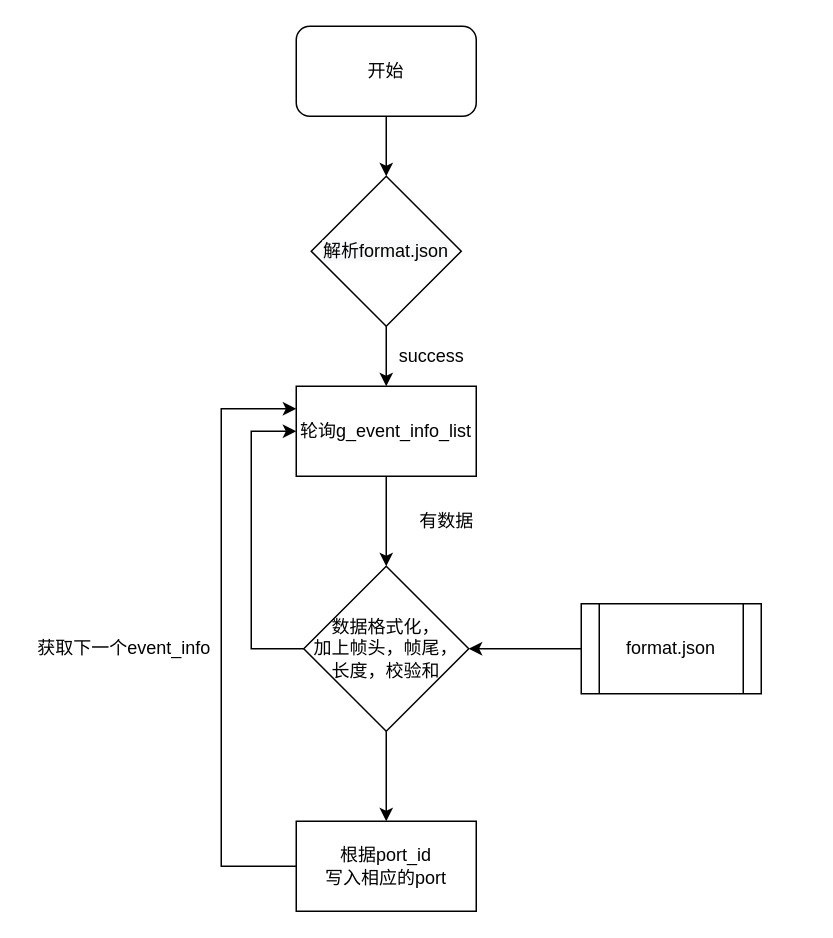
The draw.io diagram iservice2.0-下行逻辑.drawio in zhangmeizhen/test2, before the edit. Source tidied: cells renumbered, new cells numbered last; positions are measured from the earlier drawing's top-left corner, leaving out a move shared by most shapes. Both pictures are drawn from the tidied source at 150%, with x=0, y=0 at pixel (26, 26).
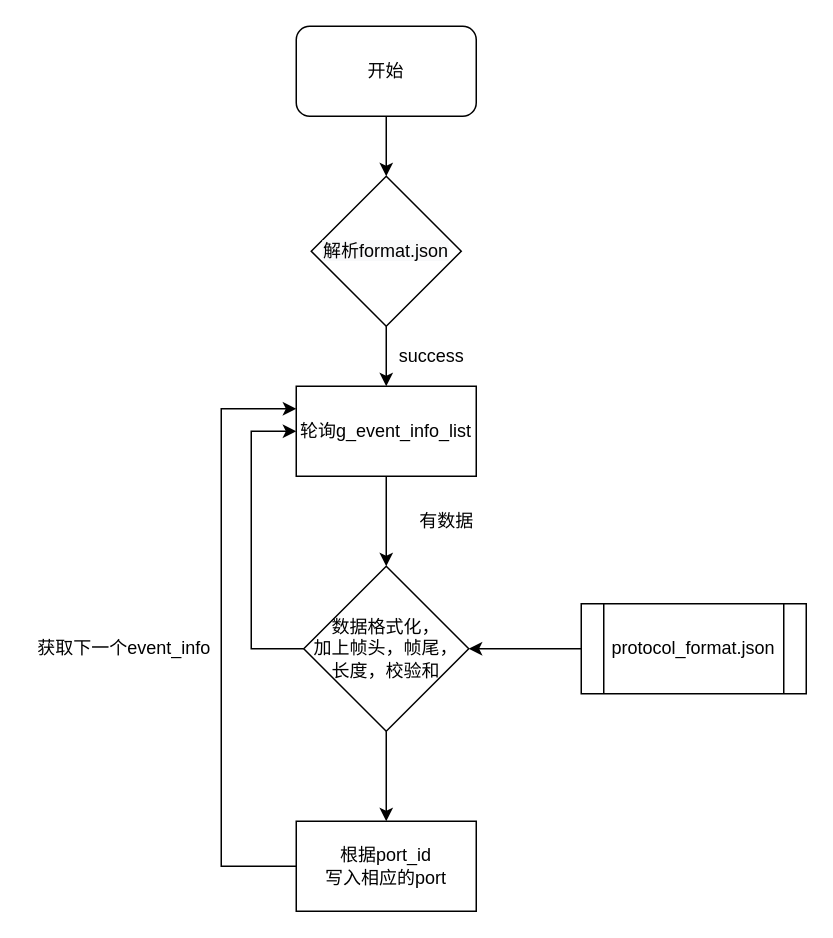
The same diagram, later.

The edit, as a diff of the source:
```diff
@@
-    <mxCell id="14" value="format.json" style="shape=process;whiteSpace=wrap;html=1;backgroundOutline=1;" parent="1" vertex="1">
-      <mxGeometry x="370" y="385" width="120" height="60" as="geometry" />
+    <mxCell id="14" value="protocol_format.json" style="shape=process;whiteSpace=wrap;html=1;backgroundOutline=1;" parent="1" vertex="1">
+      <mxGeometry x="370" y="385" width="150" height="60" as="geometry" />
     </mxCell>
```
